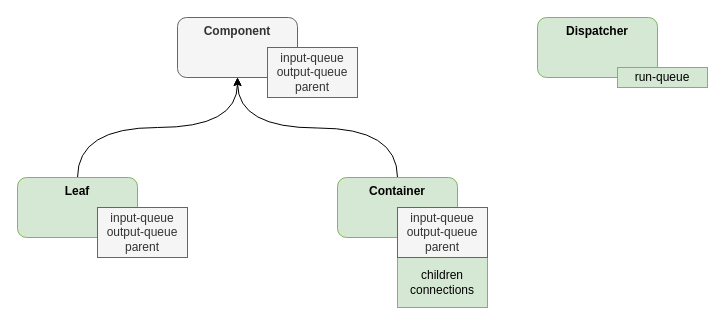
Above: page "2 Class inheritance" (3 of 6) of shu-das2cl/design.drawio in guitarvydas/app (draw.io), before the change. Source tidied: cells renumbered, new cells numbered last; positions are measured from the earlier drawing's top-left corner, leaving out a move shared by most shapes. Both pictures are drawn from the tidied source at 100%, with x=0, y=0 at pixel (17, 17).
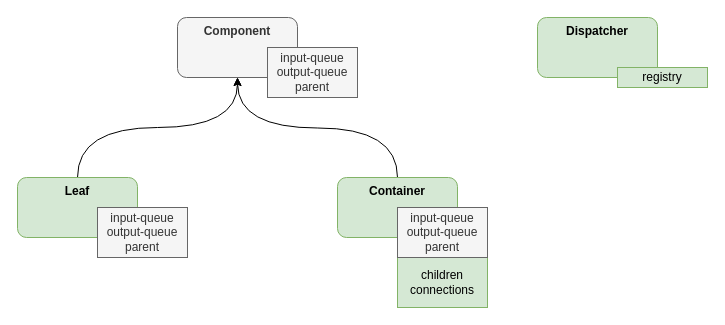
Above is the later version.

What changed in the source:
```diff
@@
 <mxGraphModel>
   <root>
     <mxCell id="0" />
     <mxCell id="1" parent="0" />
     <mxCell id="2" value="&lt;b&gt;Component&lt;/b&gt;" style="rounded=1;whiteSpace=wrap;html=1;verticalAlign=top;fillColor=#f5f5f5;strokeColor=#666666;fontColor=#333333;" parent="1" vertex="1">
       <mxGeometry x="160" width="120" height="60" as="geometry" />
     </mxCell>
     <mxCell id="3" style="edgeStyle=orthogonalEdgeStyle;jettySize=auto;html=1;exitX=0.5;exitY=0;exitDx=0;exitDy=0;entryX=0.5;entryY=1;entryDx=0;entryDy=0;curved=1;" parent="1" edge="1" source="4" target="2">
       <mxGeometry relative="1" as="geometry" />
     </mxCell>
     <mxCell id="4" value="&lt;b&gt;Leaf&lt;/b&gt;" style="rounded=1;whiteSpace=wrap;html=1;verticalAlign=top;fillColor=#d5e8d4;strokeColor=#82b366;" parent="1" vertex="1">
       <mxGeometry y="160" width="120" height="60" as="geometry" />
     </mxCell>
     <mxCell id="5" style="edgeStyle=orthogonalEdgeStyle;jettySize=auto;html=1;exitX=0.5;exitY=0;exitDx=0;exitDy=0;curved=1;" parent="1" edge="1" source="6">
       <mxGeometry relative="1" as="geometry">
         <mxPoint x="220" y="60" as="targetPoint" />
       </mxGeometry>
     </mxCell>
     <mxCell id="6" value="&lt;b&gt;Container&lt;/b&gt;" style="rounded=1;whiteSpace=wrap;html=1;verticalAlign=top;fillColor=#d5e8d4;strokeColor=#82b366;" parent="1" vertex="1">
       <mxGeometry x="320" y="160" width="120" height="60" as="geometry" />
     </mxCell>
     <mxCell id="7" value="&lt;b&gt;Dispatcher&lt;/b&gt;" style="rounded=1;whiteSpace=wrap;html=1;verticalAlign=top;fillColor=#d5e8d4;strokeColor=#82b366;" parent="1" vertex="1">
       <mxGeometry x="520" width="120" height="60" as="geometry" />
     </mxCell>
     <mxCell id="8" value="input-queue&lt;br&gt;output-queue&lt;br&gt;parent" style="rounded=0;whiteSpace=wrap;html=1;fillColor=#f5f5f5;strokeColor=#666666;fontColor=#333333;" parent="1" vertex="1">
       <mxGeometry x="250" y="30" width="90" height="50" as="geometry" />
     </mxCell>
     <mxCell id="9" value="children&lt;br&gt;connections" style="rounded=0;whiteSpace=wrap;html=1;fillColor=#d5e8d4;strokeColor=#82b366;" parent="1" vertex="1">
       <mxGeometry x="380" y="240" width="90" height="50" as="geometry" />
     </mxCell>
     <mxCell id="10" value="input-queue&lt;br&gt;output-queue&lt;br&gt;parent" style="rounded=0;whiteSpace=wrap;html=1;fillColor=#f5f5f5;strokeColor=#666666;fontColor=#333333;" parent="1" vertex="1">
       <mxGeometry x="80" y="190" width="90" height="50" as="geometry" />
     </mxCell>
     <mxCell id="11" value="input-queue&lt;br&gt;output-queue&lt;br&gt;parent" style="rounded=0;whiteSpace=wrap;html=1;fillColor=#f5f5f5;strokeColor=#666666;fontColor=#333333;" parent="1" vertex="1">
       <mxGeometry x="380" y="190" width="90" height="50" as="geometry" />
     </mxCell>
-    <mxCell id="12" value="run-queue" style="rounded=0;whiteSpace=wrap;html=1;fillColor=#d5e8d4;strokeColor=#82b366;" parent="1" vertex="1">
+    <mxCell id="12" value="registry" style="rounded=0;whiteSpace=wrap;html=1;fillColor=#d5e8d4;strokeColor=#82b366;" parent="1" vertex="1">
       <mxGeometry x="600" y="50" width="90" height="20" as="geometry" />
     </mxCell>
   </root>
 </mxGraphModel>
```
